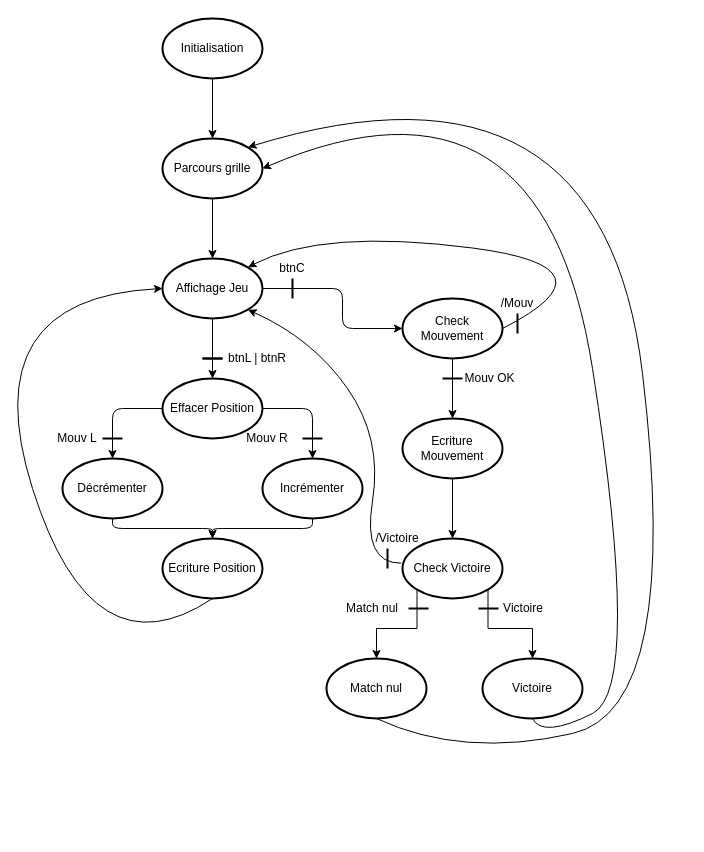
The draw.io diagram Sources/FSM/FSM.drawio in Starmaxou/Puissance4_VHDL, before the edit. Source tidied: cells renumbered, new cells numbered last; positions are measured from the earlier drawing's top-left corner, leaving out a move shared by most shapes. Both pictures are drawn from the tidied source at 100%, with x=0, y=0 at pixel (-28, 18).
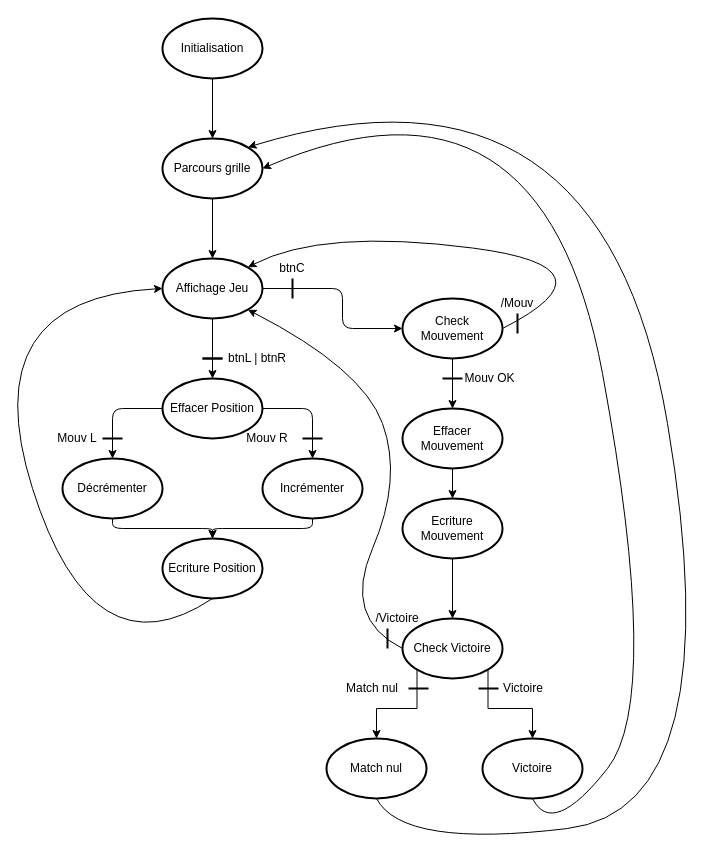
After the change.

Unchanged cells that the change refers to:
```xml
<mxCell id="5" value="Parcours grille" style="strokeWidth=2;html=1;shape=mxgraph.flowchart.start_2;whiteSpace=wrap;" parent="1" vertex="1">
  <mxGeometry x="190" y="120" width="100" height="60" as="geometry" />
</mxCell>
<mxCell id="7" value="Affichage Jeu" style="strokeWidth=2;html=1;shape=mxgraph.flowchart.start_2;whiteSpace=wrap;" parent="1" vertex="1">
  <mxGeometry x="190" y="240" width="100" height="60" as="geometry" />
</mxCell>
<mxCell id="13" value="Check Mouvement" style="strokeWidth=2;html=1;shape=mxgraph.flowchart.start_2;whiteSpace=wrap;" parent="1" vertex="1">
  <mxGeometry x="430" y="280" width="100" height="60" as="geometry" />
</mxCell>
```

Diff of the diagram source:
```diff
@@
-    <mxCell id="12" style="edgeStyle=orthogonalEdgeStyle;rounded=0;jettySize=auto;html=1;" parent="1" edge="1" source="13" target="15">
-      <mxGeometry relative="1" as="geometry" />
-    </mxCell>
@@
     <mxCell id="15" value="Ecriture Mouvement" style="strokeWidth=2;html=1;shape=mxgraph.flowchart.start_2;whiteSpace=wrap;" parent="1" vertex="1">
-      <mxGeometry x="430" y="400" width="100" height="60" as="geometry" />
+      <mxGeometry x="430" y="480" width="100" height="60" as="geometry" />
     </mxCell>
@@
     <mxCell id="17" value="Check Victoire" style="strokeWidth=2;html=1;shape=mxgraph.flowchart.start_2;whiteSpace=wrap;" parent="1" vertex="1">
-      <mxGeometry x="430" y="520" width="100" height="60" as="geometry" />
+      <mxGeometry x="430" y="600" width="100" height="60" as="geometry" />
     </mxCell>
     <mxCell id="18" value="Victoire" style="strokeWidth=2;html=1;shape=mxgraph.flowchart.start_2;whiteSpace=wrap;" parent="1" vertex="1">
-      <mxGeometry x="510" y="640" width="100" height="60" as="geometry" />
+      <mxGeometry x="510" y="720" width="100" height="60" as="geometry" />
     </mxCell>
@@
-    <mxCell id="26" style="curved=1;endArrow=classic;html=1;exitX=-0.013;exitY=0.411;exitDx=0;exitDy=0;exitPerimeter=0;entryX=0.855;entryY=0.855;entryDx=0;entryDy=0;entryPerimeter=0;" parent="1" edge="1" source="17" target="7">
-      <mxGeometry relative="1" as="geometry">
-        <Array as="points">
-          <mxPoint x="390" y="545" />
-          <mxPoint x="410" y="420" />
-          <mxPoint x="340" y="320" />
-        </Array>
-      </mxGeometry>
-    </mxCell>
     <mxCell id="27" style="curved=1;endArrow=classic;html=1;exitX=0.5;exitY=1;exitDx=0;exitDy=0;exitPerimeter=0;entryX=1;entryY=0.5;entryDx=0;entryDy=0;entryPerimeter=0;" parent="1" edge="1" source="18" target="5">
       <mxGeometry relative="1" as="geometry">
         <Array as="points">
-          <mxPoint x="570" y="720" />
-          <mxPoint x="670" y="670" />
+          <mxPoint x="580" y="820" />
+          <mxPoint x="690" y="680" />
           <mxPoint x="570" y="30" />
         </Array>
       </mxGeometry>
     </mxCell>
@@
     <mxCell id="41" value="/Victoire" style="text;html=1;strokeColor=none;fillColor=none;align=center;verticalAlign=middle;whiteSpace=wrap;rounded=0;" parent="1" vertex="1">
-      <mxGeometry x="400" y="510" width="50" height="20" as="geometry" />
+      <mxGeometry x="400" y="590" width="50" height="20" as="geometry" />
     </mxCell>
     <mxCell id="42" style="line;strokeWidth=2;html=1;rotation=-90;" parent="1" vertex="1">
-      <mxGeometry x="405" y="535" width="20" height="10" as="geometry" />
+      <mxGeometry x="405" y="615" width="20" height="10" as="geometry" />
     </mxCell>
     <mxCell id="43" value="Victoire" style="text;html=1;strokeColor=none;fillColor=none;align=center;verticalAlign=middle;whiteSpace=wrap;rounded=0;" parent="1" vertex="1">
-      <mxGeometry x="526" y="580" width="50" height="20" as="geometry" />
+      <mxGeometry x="526" y="660" width="50" height="20" as="geometry" />
     </mxCell>
     <mxCell id="44" style="line;strokeWidth=2;html=1;rotation=0;" parent="1" vertex="1">
-      <mxGeometry x="506" y="585" width="20" height="10" as="geometry" />
+      <mxGeometry x="506" y="665" width="20" height="10" as="geometry" />
     </mxCell>
     <mxCell id="45" value="Match nul" style="strokeWidth=2;html=1;shape=mxgraph.flowchart.start_2;whiteSpace=wrap;" parent="1" vertex="1">
-      <mxGeometry x="354" y="640" width="100" height="60" as="geometry" />
+      <mxGeometry x="354" y="720" width="100" height="60" as="geometry" />
     </mxCell>
@@
     <mxCell id="47" value="Match nul" style="text;html=1;strokeColor=none;fillColor=none;align=center;verticalAlign=middle;whiteSpace=wrap;rounded=0;" parent="1" vertex="1">
-      <mxGeometry x="370" y="580" width="60" height="20" as="geometry" />
+      <mxGeometry x="370" y="660" width="60" height="20" as="geometry" />
     </mxCell>
     <mxCell id="48" style="line;strokeWidth=2;html=1;rotation=0;" parent="1" vertex="1">
-      <mxGeometry x="436" y="585" width="20" height="10" as="geometry" />
+      <mxGeometry x="436" y="665" width="20" height="10" as="geometry" />
     </mxCell>
     <mxCell id="49" style="curved=1;endArrow=classic;html=1;exitX=0.5;exitY=1;exitDx=0;exitDy=0;exitPerimeter=0;entryX=0.855;entryY=0.145;entryDx=0;entryDy=0;entryPerimeter=0;" parent="1" edge="1" source="45" target="5">
       <mxGeometry relative="1" as="geometry">
         <Array as="points">
-          <mxPoint x="490" y="740" />
-          <mxPoint x="710" y="690" />
+          <mxPoint x="430" y="830" />
+          <mxPoint x="760" y="790" />
           <mxPoint x="630" y="20" />
         </Array>
       </mxGeometry>
     </mxCell>
+    <mxCell id="50" style="edgeStyle=orthogonalEdgeStyle;rounded=0;jettySize=auto;html=1;" parent="1" edge="1" source="51" target="15">
+      <mxGeometry relative="1" as="geometry" />
+    </mxCell>
+    <mxCell id="51" value="Effacer Mouvement" style="strokeWidth=2;html=1;shape=mxgraph.flowchart.start_2;whiteSpace=wrap;" parent="1" vertex="1">
+      <mxGeometry x="430" y="390" width="100" height="60" as="geometry" />
+    </mxCell>
+    <mxCell id="52" style="edgeStyle=segmentEdgeStyle;endArrow=classic;html=1;exitX=0.5;exitY=1;exitDx=0;exitDy=0;exitPerimeter=0;entryX=0.5;entryY=0;entryDx=0;entryDy=0;entryPerimeter=0;" parent="1" edge="1" source="13" target="51">
+      <mxGeometry relative="1" as="geometry" />
+    </mxCell>
+    <mxCell id="26" style="curved=1;endArrow=classic;html=1;exitX=0;exitY=0.5;exitDx=0;exitDy=0;exitPerimeter=0;entryX=0.855;entryY=0.855;entryDx=0;entryDy=0;entryPerimeter=0;" parent="1" edge="1" source="17" target="7">
+      <mxGeometry relative="1" as="geometry">
+        <Array as="points">
+          <mxPoint x="370" y="600" />
+          <mxPoint x="430" y="460" />
+          <mxPoint x="390" y="350" />
+        </Array>
+      </mxGeometry>
+    </mxCell>
```
